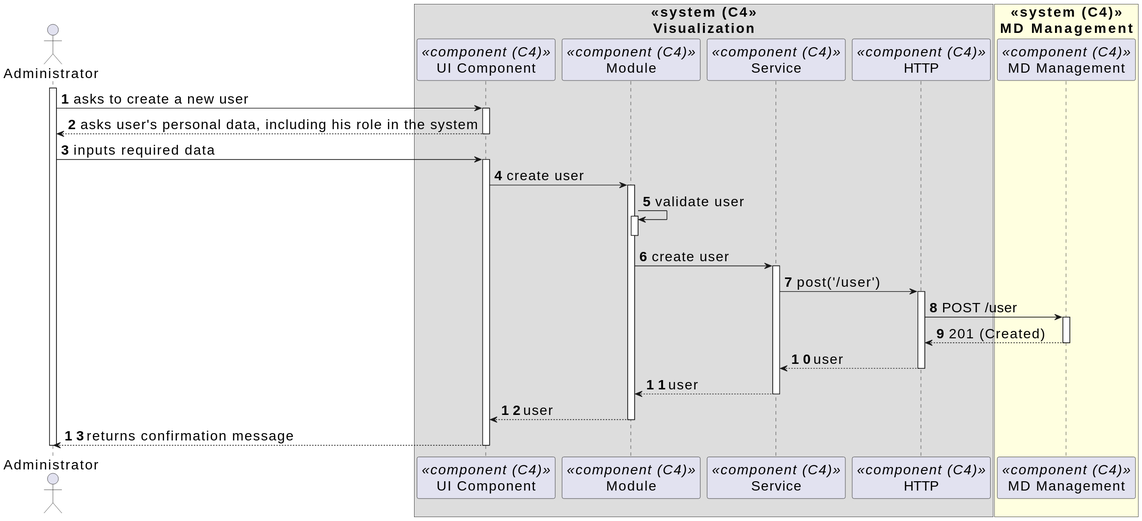
This is _wiki/sprint-c/us-80/views/level-3/assets/process-view.svg from miseEnPlace-dev/lapr5, a PlantUML export, as it was before one commit. Source of this version:
```plantuml
@startuml
skinparamlocked defaultFontSize 20
autonumber
skinparam DefaultTextAlignment<<center>> center

actor ADM as "Administrator"
box "<<system (C4>>\nVisualization"<<center>>
  participant CMP as "UI Component" <<component (C4)>>
  participant MOD as "Module" <<component (C4)>>
  participant SRV as "Service" <<component (C4)>>
  participant HTTP as "HTTP" <<component (C4)>>
end box

box "<<system (C4)>>\nMD Management" <<center>>#LightYellow
  participant MDM as "MD Management" <<component (C4)>>
end box

activate ADM

ADM -> CMP : asks to create a new user
activate CMP

ADM <-- CMP : asks user's personal data, including his role in the system
deactivate CMP

ADM -> CMP : inputs required data
activate CMP
CMP -> MOD : create user
activate MOD
MOD -> MOD : validate user
activate MOD
deactivate MOD

MOD -> SRV : create user
activate SRV
SRV -> HTTP : post('/user')

activate HTTP

HTTP -> MDM : POST /user
activate MDM
MDM --> HTTP : 201 (Created)
deactivate MDM

HTTP --> SRV : user
deactivate HTTP

SRV --> MOD : user
deactivate SRV
MOD --> CMP : user
deactivate MOD

ADM <-- CMP : returns confirmation message
deactivate CMP


deactivate ADM
@enduml
```
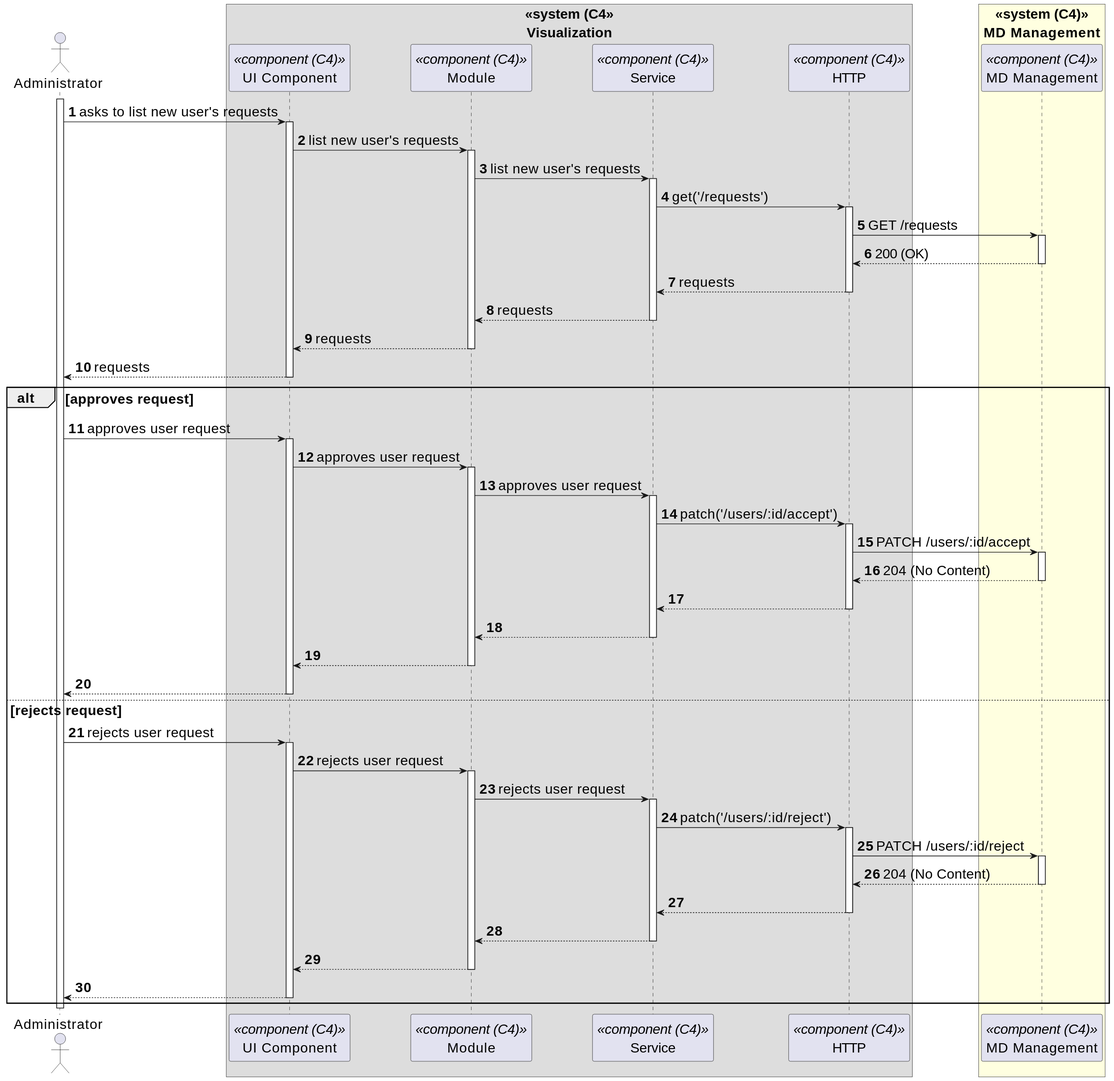
After the commit.

Change to the diagram source:
```diff
@@ -17,42 +17,75 @@
 
 activate ADM
 
-ADM -> CMP : asks to create a new user
+ADM -> CMP : asks to list new user's requests
 activate CMP
+CMP -> MOD : list new user's requests
+activate MOD
+MOD -> SRV : list new user's requests
+activate SRV
+SRV -> HTTP : get('/requests')
+activate HTTP
 
-ADM <-- CMP : asks user's personal data, including his role in the system
+HTTP -> MDM : GET /requests
+activate MDM
+MDM --> HTTP : 200 (OK)
+deactivate MDM
+HTTP --> SRV : requests
+deactivate HTTP
+SRV --> MOD : requests
+deactivate SRV
+MOD --> CMP : requests
+deactivate MOD
+CMP --> ADM : requests
 deactivate CMP
 
-ADM -> CMP : inputs required data
+alt approves request
+
+ADM -> CMP : approves user request
 activate CMP
-CMP -> MOD : create user
+CMP -> MOD : approves user request
 activate MOD
-MOD -> MOD : validate user
-activate MOD
+MOD -> SRV : approves user request
+activate SRV
+SRV -> HTTP : patch('/users/:id/accept')
+activate HTTP
+HTTP -> MDM : PATCH /users/:id/accept
+activate MDM
+MDM --> HTTP : 204 (No Content)
+deactivate MDM
+HTTP --> SRV
+deactivate HTTP
+SRV --> MOD
+deactivate SRV
+MOD --> CMP
 deactivate MOD
-
-MOD -> SRV : create user
-activate SRV
-SRV -> HTTP : post('/user')
-
-activate HTTP
-
-HTTP -> MDM : POST /user
-activate MDM
-MDM --> HTTP : 201 (Created)
-deactivate MDM
-
-HTTP --> SRV : user
-deactivate HTTP
-
-SRV --> MOD : user
-deactivate SRV
-MOD --> CMP : user
-deactivate MOD
-
-ADM <-- CMP : returns confirmation message
+CMP --> ADM
 deactivate CMP
 
+else rejects request
+
+ADM -> CMP : rejects user request
+activate CMP
+CMP -> MOD : rejects user request
+activate MOD
+MOD -> SRV : rejects user request
+activate SRV
+SRV -> HTTP : patch('/users/:id/reject')
+activate HTTP
+HTTP -> MDM : PATCH /users/:id/reject
+activate MDM
+MDM --> HTTP : 204 (No Content)
+deactivate MDM
+HTTP --> SRV
+deactivate HTTP
+SRV --> MOD
+deactivate SRV
+MOD --> CMP
+deactivate MOD
+CMP --> ADM
+deactivate CMP
+
+end
 
 deactivate ADM
 @enduml
```
